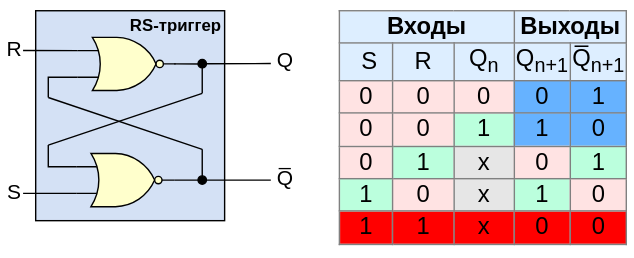
MPSU/APS keeps this draw.io diagram as .pic/Introduction/Sequential logic/fig_03.drawio.svg. Above is the earlier version. Source tidied: cells renumbered, new cells last; positions are measured from the earlier drawing's top-left corner, leaving out a move shared by most shapes.
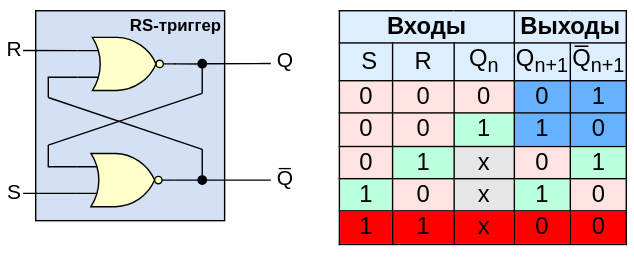
Later version of the same file.

Change to the diagram source:
```diff
@@ -79,7 +79,7 @@
     <mxCell id="18" value="R" style="text;html=1;strokeColor=none;fillColor=none;align=center;verticalAlign=middle;whiteSpace=wrap;rounded=0;fontSize=15;spacingTop=-5;" parent="1" vertex="1">
       <mxGeometry y="28" width="20" height="17" as="geometry" />
     </mxCell>
-    <mxCell id="19" value="&lt;table border=&quot;1&quot; class=&quot;wikitable&quot; style=&quot;text-align: center; font-size: 17px; border: 1px solid rgb(128, 128, 128); border-collapse: collapse;&quot; id=&quot;mwAjk&quot;&gt;&lt;tbody id=&quot;mwAjs&quot;&gt;&lt;tr style=&quot;background:#def;&quot; id=&quot;mwAjw&quot;&gt;&lt;td colspan=&quot;3&quot; style=&quot;border: 1px solid rgb(128, 128, 128);&quot;&gt;&lt;b&gt;Входы&lt;/b&gt;&lt;/td&gt;&lt;td colspan=&quot;2&quot; id=&quot;mwAj8&quot; style=&quot;border: 1px solid rgb(128, 128, 128);&quot;&gt;&lt;b id=&quot;mwAkA&quot;&gt;&lt;font style=&quot;font-size: 17px;&quot;&gt;Выходы&lt;/font&gt;&lt;/b&gt;&lt;/td&gt;&lt;/tr&gt;&lt;tr style=&quot;background:#def;&quot; id=&quot;mwAkE&quot;&gt;&lt;td style=&quot;border: 1px solid rgb(128, 128, 128);&quot;&gt;&amp;nbsp; &amp;nbsp;S&amp;nbsp;&amp;nbsp;&lt;/td&gt;&lt;td id=&quot;mwAkI&quot; style=&quot;border: 1px solid rgb(128, 128, 128);&quot;&gt;&lt;font style=&quot;font-size: 17px;&quot;&gt;&amp;nbsp; &amp;nbsp;R&amp;nbsp; &amp;nbsp;&lt;/font&gt;&lt;/td&gt;&lt;td id=&quot;mwAkM&quot; style=&quot;border: 1px solid rgb(128, 128, 128);&quot;&gt;&lt;font style=&quot;font-size: 17px;&quot;&gt;&amp;nbsp; Q&lt;sub&gt;n&lt;/sub&gt;&amp;nbsp;&amp;nbsp;&lt;/font&gt;&lt;/td&gt;&lt;td id=&quot;mwAkQ&quot; style=&quot;border: 1px solid rgb(128, 128, 128);&quot;&gt;Q&lt;sub&gt;n+1&lt;/sub&gt;&lt;br&gt;&lt;/td&gt;&lt;td id=&quot;mwAkU&quot; style=&quot;border: 1px solid rgb(128, 128, 128);&quot;&gt;Q̅&lt;sub&gt;n+1&lt;/sub&gt;&lt;br&gt;&lt;/td&gt;&lt;/tr&gt;&lt;tr id=&quot;mwAko&quot;&gt;&lt;td style=&quot;background-color: rgb(255, 227, 227); border: 1px solid rgb(128, 128, 128);&quot;&gt;0&lt;/td&gt;&lt;td style=&quot;background-color: rgb(255, 227, 227); border: 1px solid rgb(128, 128, 128);&quot; id=&quot;mwAks&quot;&gt;&lt;font style=&quot;font-size: 17px;&quot;&gt;0&lt;/font&gt;&lt;/td&gt;&lt;td style=&quot;background-color: rgb(255, 227, 227); border: 1px solid rgb(128, 128, 128);&quot; id=&quot;mwAkw&quot;&gt;&lt;font style=&quot;font-size: 17px;&quot;&gt;0&lt;/font&gt;&lt;/td&gt;&lt;td style=&quot;background: rgb(102, 178, 255); color: black; vertical-align: middle; text-align: center; border: 1px solid rgb(128, 128, 128);&quot; class=&quot;table-no2&quot; data-mw=&quot;{&amp;quot;parts&amp;quot;:[&amp;quot;|| &amp;quot;,{&amp;quot;template&amp;quot;:{&amp;quot;target&amp;quot;:{&amp;quot;wt&amp;quot;:&amp;quot;no2&amp;quot;,&amp;quot;href&amp;quot;:&amp;quot;./Template:No2&amp;quot;},&amp;quot;params&amp;quot;:{&amp;quot;1&amp;quot;:{&amp;quot;wt&amp;quot;:&amp;quot;0&amp;quot;}},&amp;quot;i&amp;quot;:0}},&amp;quot; &amp;quot;]}&quot; id=&quot;mwASM&quot;&gt;&lt;font style=&quot;font-size: 17px;&quot;&gt;0&lt;/font&gt;&lt;/td&gt;&lt;td style=&quot;background: rgb(102, 178, 255); color: black; vertical-align: middle; text-align: center; border: 1px solid rgb(128, 128, 128);&quot; class=&quot;table-yes2&quot; data-mw=&quot;{&amp;quot;parts&amp;quot;:[&amp;quot;|| &amp;quot;,{&amp;quot;template&amp;quot;:{&amp;quot;target&amp;quot;:{&amp;quot;wt&amp;quot;:&amp;quot;yes2&amp;quot;,&amp;quot;href&amp;quot;:&amp;quot;./Template:Yes2&amp;quot;},&amp;quot;params&amp;quot;:{&amp;quot;1&amp;quot;:{&amp;quot;wt&amp;quot;:&amp;quot;1&amp;quot;}},&amp;quot;i&amp;quot;:0}},&amp;quot; &amp;quot;]}&quot; id=&quot;mwASc&quot;&gt;&lt;font style=&quot;font-size: 17px;&quot;&gt;1&lt;/font&gt;&lt;/td&gt;&lt;/tr&gt;&lt;tr id=&quot;mwAlM&quot;&gt;&lt;td style=&quot;background-color: rgb(255, 227, 227); border: 1px solid rgb(128, 128, 128);&quot;&gt;0&lt;/td&gt;&lt;td style=&quot;background-color: rgb(255, 227, 227); border: 1px solid rgb(128, 128, 128);&quot; id=&quot;mwAlQ&quot;&gt;&lt;font style=&quot;font-size: 17px;&quot;&gt;0&lt;/font&gt;&lt;/td&gt;&lt;td style=&quot;background-color: rgb(187, 255, 221); border: 1px solid rgb(128, 128, 128);&quot; id=&quot;mwAlU&quot;&gt;&lt;font style=&quot;font-size: 17px;&quot;&gt;1&lt;/font&gt;&lt;/td&gt;&lt;td style=&quot;background: rgb(102, 178, 255); color: black; vertical-align: middle; text-align: center; border: 1px solid rgb(128, 128, 128);&quot; class=&quot;table-no2&quot; data-mw=&quot;{&amp;quot;parts&amp;quot;:[&amp;quot;|| &amp;quot;,{&amp;quot;template&amp;quot;:{&amp;quot;target&amp;quot;:{&amp;quot;wt&amp;quot;:&amp;quot;no2&amp;quot;,&amp;quot;href&amp;quot;:&amp;quot;./Template:No2&amp;quot;},&amp;quot;params&amp;quot;:{&amp;quot;1&amp;quot;:{&amp;quot;wt&amp;quot;:&amp;quot;0&amp;quot;}},&amp;quot;i&amp;quot;:0}},&amp;quot; &amp;quot;]}&quot; id=&quot;mwASM&quot;&gt;1&lt;/td&gt;&lt;td style=&quot;background: rgb(102, 178, 255); color: black; vertical-align: middle; text-align: center; border: 1px solid rgb(128, 128, 128);&quot; class=&quot;table-yes2&quot; data-mw=&quot;{&amp;quot;parts&amp;quot;:[&amp;quot;|| &amp;quot;,{&amp;quot;template&amp;quot;:{&amp;quot;target&amp;quot;:{&amp;quot;wt&amp;quot;:&amp;quot;yes2&amp;quot;,&amp;quot;href&amp;quot;:&amp;quot;./Template:Yes2&amp;quot;},&amp;quot;params&amp;quot;:{&amp;quot;1&amp;quot;:{&amp;quot;wt&amp;quot;:&amp;quot;1&amp;quot;}},&amp;quot;i&amp;quot;:0}},&amp;quot; &amp;quot;]}&quot; id=&quot;mwASc&quot;&gt;&lt;font style=&quot;font-size: 17px;&quot;&gt;0&lt;/font&gt;&lt;/td&gt;&lt;/tr&gt;&lt;tr id=&quot;mwAlw&quot;&gt;&lt;td style=&quot;background-color: rgb(255, 227, 227); border: 1px solid rgb(128, 128, 128);&quot;&gt;0&lt;/td&gt;&lt;td style=&quot;background-color: rgb(187, 255, 221); border: 1px solid rgb(128, 128, 128);&quot; id=&quot;mwAl0&quot;&gt;&lt;font style=&quot;font-size: 17px;&quot;&gt;1&lt;/font&gt;&lt;/td&gt;&lt;td style=&quot;background-color: rgb(230, 230, 230); border: 1px solid rgb(128, 128, 128);&quot; id=&quot;mwAl4&quot;&gt;x&lt;/td&gt;&lt;td style=&quot;background: #FFE3E3; color: black; vertical-align: middle; text-align: center; border: 1px solid rgb(128, 128, 128);&quot; class=&quot;table-no2&quot; data-mw=&quot;{&amp;quot;parts&amp;quot;:[&amp;quot;|| &amp;quot;,{&amp;quot;template&amp;quot;:{&amp;quot;target&amp;quot;:{&amp;quot;wt&amp;quot;:&amp;quot;no2&amp;quot;,&amp;quot;href&amp;quot;:&amp;quot;./Template:No2&amp;quot;},&amp;quot;params&amp;quot;:{&amp;quot;1&amp;quot;:{&amp;quot;wt&amp;quot;:&amp;quot;0&amp;quot;}},&amp;quot;i&amp;quot;:0}},&amp;quot; &amp;quot;]}&quot; id=&quot;mwASM&quot;&gt;&lt;font style=&quot;font-size: 17px;&quot;&gt;0&lt;/font&gt;&lt;/td&gt;&lt;td style=&quot;background:#bfd; color:black; vertical-align:middle; text-align:center; border: 1px solid rgb(128, 128, 128);&quot; class=&quot;table-yes2&quot; data-mw=&quot;{&amp;quot;parts&amp;quot;:[&amp;quot;|| &amp;quot;,{&amp;quot;template&amp;quot;:{&amp;quot;target&amp;quot;:{&amp;quot;wt&amp;quot;:&amp;quot;yes2&amp;quot;,&amp;quot;href&amp;quot;:&amp;quot;./Template:Yes2&amp;quot;},&amp;quot;params&amp;quot;:{&amp;quot;1&amp;quot;:{&amp;quot;wt&amp;quot;:&amp;quot;1&amp;quot;}},&amp;quot;i&amp;quot;:0}},&amp;quot; &amp;quot;]}&quot; id=&quot;mwASc&quot;&gt;&lt;font style=&quot;font-size: 17px;&quot;&gt;1&lt;/font&gt;&lt;/td&gt;&lt;/tr&gt;&lt;tr id=&quot;mwAmU&quot;&gt;&lt;td style=&quot;background-color: rgb(187, 255, 221); border: 1px solid rgb(128, 128, 128);&quot;&gt;1&lt;/td&gt;&lt;td style=&quot;background-color: rgb(255, 227, 227); border: 1px solid rgb(128, 128, 128);&quot; id=&quot;mwAmY&quot;&gt;&lt;font style=&quot;font-size: 17px;&quot;&gt;0&lt;/font&gt;&lt;/td&gt;&lt;td style=&quot;background-color: rgb(230, 230, 230); border: 1px solid rgb(128, 128, 128);&quot; id=&quot;mwAmc&quot;&gt;&lt;font style=&quot;font-size: 17px;&quot;&gt;x&lt;/font&gt;&lt;/td&gt;&lt;td style=&quot;background:#bfd; color:black; vertical-align:middle; text-align:center; border: 1px solid rgb(128, 128, 128);&quot; class=&quot;table-yes2&quot; data-mw=&quot;{&amp;quot;parts&amp;quot;:[&amp;quot;|| &amp;quot;,{&amp;quot;template&amp;quot;:{&amp;quot;target&amp;quot;:{&amp;quot;wt&amp;quot;:&amp;quot;yes2&amp;quot;,&amp;quot;href&amp;quot;:&amp;quot;./Template:Yes2&amp;quot;},&amp;quot;params&amp;quot;:{&amp;quot;1&amp;quot;:{&amp;quot;wt&amp;quot;:&amp;quot;1&amp;quot;}},&amp;quot;i&amp;quot;:0}},&amp;quot; &amp;quot;]}&quot; id=&quot;mwASc&quot;&gt;&lt;font style=&quot;font-size: 17px;&quot;&gt;1&lt;/font&gt;&lt;/td&gt;&lt;td style=&quot;background: #FFE3E3; color: black; vertical-align: middle; text-align: center; border: 1px solid rgb(128, 128, 128);&quot; class=&quot;table-no2&quot; data-mw=&quot;{&amp;quot;parts&amp;quot;:[&amp;quot;|| &amp;quot;,{&amp;quot;template&amp;quot;:{&amp;quot;target&amp;quot;:{&amp;quot;wt&amp;quot;:&amp;quot;no2&amp;quot;,&amp;quot;href&amp;quot;:&amp;quot;./Template:No2&amp;quot;},&amp;quot;params&amp;quot;:{&amp;quot;1&amp;quot;:{&amp;quot;wt&amp;quot;:&amp;quot;0&amp;quot;}},&amp;quot;i&amp;quot;:0}},&amp;quot; &amp;quot;]}&quot; id=&quot;mwASM&quot;&gt;&lt;font style=&quot;font-size: 17px;&quot;&gt;0&lt;/font&gt;&lt;/td&gt;&lt;/tr&gt;&lt;tr&gt;&lt;td style=&quot;background-color: rgb(255, 0, 0); border: 1px solid rgb(128, 128, 128);&quot;&gt;1&lt;/td&gt;&lt;td style=&quot;background-color: rgb(255, 0, 0); border: 1px solid rgb(128, 128, 128);&quot;&gt;1&lt;/td&gt;&lt;td style=&quot;background-color: rgb(255, 0, 0); border: 1px solid rgb(128, 128, 128);&quot;&gt;x&lt;/td&gt;&lt;td style=&quot;background-color: rgb(255, 0, 0); border: 1px solid rgb(128, 128, 128);&quot;&gt;0&lt;/td&gt;&lt;td style=&quot;background-color: rgb(255, 0, 0); border: 1px solid rgb(128, 128, 128);&quot;&gt;0&lt;/td&gt;&lt;/tr&gt;&lt;/tbody&gt;&lt;/table&gt;" style="text;whiteSpace=wrap;html=1;" parent="1" vertex="1">
+    <mxCell id="19" value="&lt;table border=&quot;1&quot; class=&quot;wikitable&quot; style=&quot;text-align: center; font-size: 17px; border: 1px solid rgb(0, 0, 0); border-collapse: collapse;&quot; id=&quot;mwAjk&quot;&gt;&lt;tbody id=&quot;mwAjs&quot;&gt;&lt;tr style=&quot;background:#def;&quot; id=&quot;mwAjw&quot;&gt;&lt;td colspan=&quot;3&quot; style=&quot;border: 1px solid rgb(0, 0, 0);&quot;&gt;&lt;b&gt;Входы&lt;/b&gt;&lt;/td&gt;&lt;td colspan=&quot;2&quot; id=&quot;mwAj8&quot; style=&quot;border: 1px solid rgb(0, 0, 0);&quot;&gt;&lt;b id=&quot;mwAkA&quot;&gt;&lt;font style=&quot;font-size: 17px;&quot;&gt;Выходы&lt;/font&gt;&lt;/b&gt;&lt;/td&gt;&lt;/tr&gt;&lt;tr style=&quot;background:#def;&quot; id=&quot;mwAkE&quot;&gt;&lt;td style=&quot;border: 1px solid rgb(0, 0, 0);&quot;&gt;&amp;nbsp; &amp;nbsp;S&amp;nbsp;&amp;nbsp;&lt;/td&gt;&lt;td id=&quot;mwAkI&quot; style=&quot;border: 1px solid rgb(0, 0, 0);&quot;&gt;&lt;font style=&quot;font-size: 17px;&quot;&gt;&amp;nbsp; &amp;nbsp;R&amp;nbsp; &amp;nbsp;&lt;/font&gt;&lt;/td&gt;&lt;td id=&quot;mwAkM&quot; style=&quot;border: 1px solid rgb(0, 0, 0);&quot;&gt;&lt;font style=&quot;font-size: 17px;&quot;&gt;&amp;nbsp; Q&lt;sub&gt;n&lt;/sub&gt;&amp;nbsp;&amp;nbsp;&lt;/font&gt;&lt;/td&gt;&lt;td id=&quot;mwAkQ&quot; style=&quot;border: 1px solid rgb(0, 0, 0);&quot;&gt;Q&lt;sub&gt;n+1&lt;/sub&gt;&lt;br&gt;&lt;/td&gt;&lt;td id=&quot;mwAkU&quot; style=&quot;border: 1px solid rgb(0, 0, 0);&quot;&gt;Q̅&lt;sub&gt;n+1&lt;/sub&gt;&lt;br&gt;&lt;/td&gt;&lt;/tr&gt;&lt;tr id=&quot;mwAko&quot;&gt;&lt;td style=&quot;background-color: rgb(255, 227, 227); border: 1px solid rgb(0, 0, 0);&quot;&gt;0&lt;/td&gt;&lt;td style=&quot;background-color: rgb(255, 227, 227); border: 1px solid rgb(0, 0, 0);&quot; id=&quot;mwAks&quot;&gt;&lt;font style=&quot;font-size: 17px;&quot;&gt;0&lt;/font&gt;&lt;/td&gt;&lt;td style=&quot;background-color: rgb(255, 227, 227); border: 1px solid rgb(0, 0, 0);&quot; id=&quot;mwAkw&quot;&gt;&lt;font style=&quot;font-size: 17px;&quot;&gt;0&lt;/font&gt;&lt;/td&gt;&lt;td style=&quot;background: rgb(102, 178, 255); color: black; vertical-align: middle; text-align: center; border: 1px solid rgb(0, 0, 0);&quot; class=&quot;table-no2&quot; data-mw=&quot;{&amp;quot;parts&amp;quot;:[&amp;quot;|| &amp;quot;,{&amp;quot;template&amp;quot;:{&amp;quot;target&amp;quot;:{&amp;quot;wt&amp;quot;:&amp;quot;no2&amp;quot;,&amp;quot;href&amp;quot;:&amp;quot;./Template:No2&amp;quot;},&amp;quot;params&amp;quot;:{&amp;quot;1&amp;quot;:{&amp;quot;wt&amp;quot;:&amp;quot;0&amp;quot;}},&amp;quot;i&amp;quot;:0}},&amp;quot; &amp;quot;]}&quot; id=&quot;mwASM&quot;&gt;&lt;font style=&quot;font-size: 17px;&quot;&gt;0&lt;/font&gt;&lt;/td&gt;&lt;td style=&quot;background: rgb(102, 178, 255); color: black; vertical-align: middle; text-align: center; border: 1px solid rgb(0, 0, 0);&quot; class=&quot;table-yes2&quot; data-mw=&quot;{&amp;quot;parts&amp;quot;:[&amp;quot;|| &amp;quot;,{&amp;quot;template&amp;quot;:{&amp;quot;target&amp;quot;:{&amp;quot;wt&amp;quot;:&amp;quot;yes2&amp;quot;,&amp;quot;href&amp;quot;:&amp;quot;./Template:Yes2&amp;quot;},&amp;quot;params&amp;quot;:{&amp;quot;1&amp;quot;:{&amp;quot;wt&amp;quot;:&amp;quot;1&amp;quot;}},&amp;quot;i&amp;quot;:0}},&amp;quot; &amp;quot;]}&quot; id=&quot;mwASc&quot;&gt;&lt;font style=&quot;font-size: 17px;&quot;&gt;1&lt;/font&gt;&lt;/td&gt;&lt;/tr&gt;&lt;tr id=&quot;mwAlM&quot;&gt;&lt;td style=&quot;background-color: rgb(255, 227, 227); border: 1px solid rgb(0, 0, 0);&quot;&gt;0&lt;/td&gt;&lt;td style=&quot;background-color: rgb(255, 227, 227); border: 1px solid rgb(0, 0, 0);&quot; id=&quot;mwAlQ&quot;&gt;&lt;font style=&quot;font-size: 17px;&quot;&gt;0&lt;/font&gt;&lt;/td&gt;&lt;td style=&quot;background-color: rgb(187, 255, 221); border: 1px solid rgb(0, 0, 0);&quot; id=&quot;mwAlU&quot;&gt;&lt;font style=&quot;font-size: 17px;&quot;&gt;1&lt;/font&gt;&lt;/td&gt;&lt;td style=&quot;background: rgb(102, 178, 255); color: black; vertical-align: middle; text-align: center; border: 1px solid rgb(0, 0, 0);&quot; class=&quot;table-no2&quot; data-mw=&quot;{&amp;quot;parts&amp;quot;:[&amp;quot;|| &amp;quot;,{&amp;quot;template&amp;quot;:{&amp;quot;target&amp;quot;:{&amp;quot;wt&amp;quot;:&amp;quot;no2&amp;quot;,&amp;quot;href&amp;quot;:&amp;quot;./Template:No2&amp;quot;},&amp;quot;params&amp;quot;:{&amp;quot;1&amp;quot;:{&amp;quot;wt&amp;quot;:&amp;quot;0&amp;quot;}},&amp;quot;i&amp;quot;:0}},&amp;quot; &amp;quot;]}&quot; id=&quot;mwASM&quot;&gt;1&lt;/td&gt;&lt;td style=&quot;background: rgb(102, 178, 255); color: black; vertical-align: middle; text-align: center; border: 1px solid rgb(0, 0, 0);&quot; class=&quot;table-yes2&quot; data-mw=&quot;{&amp;quot;parts&amp;quot;:[&amp;quot;|| &amp;quot;,{&amp;quot;template&amp;quot;:{&amp;quot;target&amp;quot;:{&amp;quot;wt&amp;quot;:&amp;quot;yes2&amp;quot;,&amp;quot;href&amp;quot;:&amp;quot;./Template:Yes2&amp;quot;},&amp;quot;params&amp;quot;:{&amp;quot;1&amp;quot;:{&amp;quot;wt&amp;quot;:&amp;quot;1&amp;quot;}},&amp;quot;i&amp;quot;:0}},&amp;quot; &amp;quot;]}&quot; id=&quot;mwASc&quot;&gt;&lt;font style=&quot;font-size: 17px;&quot;&gt;0&lt;/font&gt;&lt;/td&gt;&lt;/tr&gt;&lt;tr id=&quot;mwAlw&quot;&gt;&lt;td style=&quot;background-color: rgb(255, 227, 227); border: 1px solid rgb(0, 0, 0);&quot;&gt;0&lt;/td&gt;&lt;td style=&quot;background-color: rgb(187, 255, 221); border: 1px solid rgb(0, 0, 0);&quot; id=&quot;mwAl0&quot;&gt;&lt;font style=&quot;font-size: 17px;&quot;&gt;1&lt;/font&gt;&lt;/td&gt;&lt;td style=&quot;background-color: rgb(230, 230, 230); border: 1px solid rgb(0, 0, 0);&quot; id=&quot;mwAl4&quot;&gt;x&lt;/td&gt;&lt;td style=&quot;background: #FFE3E3; color: black; vertical-align: middle; text-align: center; border: 1px solid rgb(0, 0, 0);&quot; class=&quot;table-no2&quot; data-mw=&quot;{&amp;quot;parts&amp;quot;:[&amp;quot;|| &amp;quot;,{&amp;quot;template&amp;quot;:{&amp;quot;target&amp;quot;:{&amp;quot;wt&amp;quot;:&amp;quot;no2&amp;quot;,&amp;quot;href&amp;quot;:&amp;quot;./Template:No2&amp;quot;},&amp;quot;params&amp;quot;:{&amp;quot;1&amp;quot;:{&amp;quot;wt&amp;quot;:&amp;quot;0&amp;quot;}},&amp;quot;i&amp;quot;:0}},&amp;quot; &amp;quot;]}&quot; id=&quot;mwASM&quot;&gt;&lt;font style=&quot;font-size: 17px;&quot;&gt;0&lt;/font&gt;&lt;/td&gt;&lt;td style=&quot;background:#bfd; color:black; vertical-align:middle; text-align:center; border: 1px solid rgb(0, 0, 0);&quot; class=&quot;table-yes2&quot; data-mw=&quot;{&amp;quot;parts&amp;quot;:[&amp;quot;|| &amp;quot;,{&amp;quot;template&amp;quot;:{&amp;quot;target&amp;quot;:{&amp;quot;wt&amp;quot;:&amp;quot;yes2&amp;quot;,&amp;quot;href&amp;quot;:&amp;quot;./Template:Yes2&amp;quot;},&amp;quot;params&amp;quot;:{&amp;quot;1&amp;quot;:{&amp;quot;wt&amp;quot;:&amp;quot;1&amp;quot;}},&amp;quot;i&amp;quot;:0}},&amp;quot; &amp;quot;]}&quot; id=&quot;mwASc&quot;&gt;&lt;font style=&quot;font-size: 17px;&quot;&gt;1&lt;/font&gt;&lt;/td&gt;&lt;/tr&gt;&lt;tr id=&quot;mwAmU&quot;&gt;&lt;td style=&quot;background-color: rgb(187, 255, 221); border: 1px solid rgb(0, 0, 0);&quot;&gt;1&lt;/td&gt;&lt;td style=&quot;background-color: rgb(255, 227, 227); border: 1px solid rgb(0, 0, 0);&quot; id=&quot;mwAmY&quot;&gt;&lt;font style=&quot;font-size: 17px;&quot;&gt;0&lt;/font&gt;&lt;/td&gt;&lt;td style=&quot;background-color: rgb(230, 230, 230); border: 1px solid rgb(0, 0, 0);&quot; id=&quot;mwAmc&quot;&gt;&lt;font style=&quot;font-size: 17px;&quot;&gt;x&lt;/font&gt;&lt;/td&gt;&lt;td style=&quot;background:#bfd; color:black; vertical-align:middle; text-align:center; border: 1px solid rgb(0, 0, 0);&quot; class=&quot;table-yes2&quot; data-mw=&quot;{&amp;quot;parts&amp;quot;:[&amp;quot;|| &amp;quot;,{&amp;quot;template&amp;quot;:{&amp;quot;target&amp;quot;:{&amp;quot;wt&amp;quot;:&amp;quot;yes2&amp;quot;,&amp;quot;href&amp;quot;:&amp;quot;./Template:Yes2&amp;quot;},&amp;quot;params&amp;quot;:{&amp;quot;1&amp;quot;:{&amp;quot;wt&amp;quot;:&amp;quot;1&amp;quot;}},&amp;quot;i&amp;quot;:0}},&amp;quot; &amp;quot;]}&quot; id=&quot;mwASc&quot;&gt;&lt;font style=&quot;font-size: 17px;&quot;&gt;1&lt;/font&gt;&lt;/td&gt;&lt;td style=&quot;background: #FFE3E3; color: black; vertical-align: middle; text-align: center; border: 1px solid rgb(0, 0, 0);&quot; class=&quot;table-no2&quot; data-mw=&quot;{&amp;quot;parts&amp;quot;:[&amp;quot;|| &amp;quot;,{&amp;quot;template&amp;quot;:{&amp;quot;target&amp;quot;:{&amp;quot;wt&amp;quot;:&amp;quot;no2&amp;quot;,&amp;quot;href&amp;quot;:&amp;quot;./Template:No2&amp;quot;},&amp;quot;params&amp;quot;:{&amp;quot;1&amp;quot;:{&amp;quot;wt&amp;quot;:&amp;quot;0&amp;quot;}},&amp;quot;i&amp;quot;:0}},&amp;quot; &amp;quot;]}&quot; id=&quot;mwASM&quot;&gt;&lt;font style=&quot;font-size: 17px;&quot;&gt;0&lt;/font&gt;&lt;/td&gt;&lt;/tr&gt;&lt;tr&gt;&lt;td style=&quot;background-color: rgb(255, 0, 0); border: 1px solid rgb(0, 0, 0);&quot;&gt;1&lt;/td&gt;&lt;td style=&quot;background-color: rgb(255, 0, 0); border: 1px solid rgb(0, 0, 0);&quot;&gt;1&lt;/td&gt;&lt;td style=&quot;background-color: rgb(255, 0, 0); border: 1px solid rgb(0, 0, 0);&quot;&gt;x&lt;/td&gt;&lt;td style=&quot;background-color: rgb(255, 0, 0); border: 1px solid rgb(0, 0, 0);&quot;&gt;0&lt;/td&gt;&lt;td style=&quot;background-color: rgb(255, 0, 0); border: 1px solid rgb(0, 0, 0);&quot;&gt;0&lt;/td&gt;&lt;/tr&gt;&lt;/tbody&gt;&lt;/table&gt;" style="text;whiteSpace=wrap;html=1;" parent="1" vertex="1">
       <mxGeometry x="240" width="213" height="184" as="geometry" />
     </mxCell>
   </root>
```
